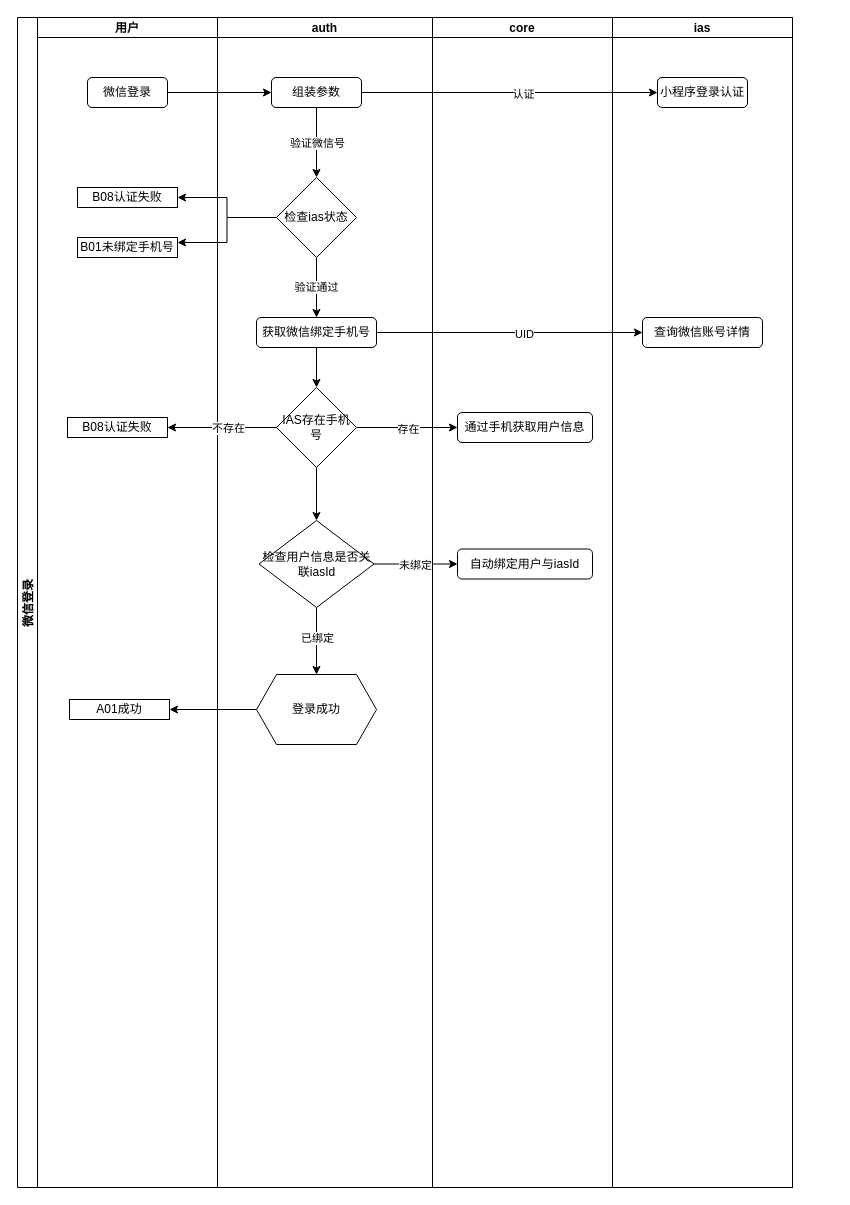
This is page "微信登录流程" (3 of 4) of 智学365登录流程图.drawio from rainerpiao/cloud-computing, a draw.io file, before an edit. Source tidied: cells renumbered, new cells numbered last; positions are measured from the earlier drawing's top-left corner, leaving out a move shared by most shapes. Both pictures are drawn from the tidied source at 100%, with x=0, y=0 at pixel (17, 17).
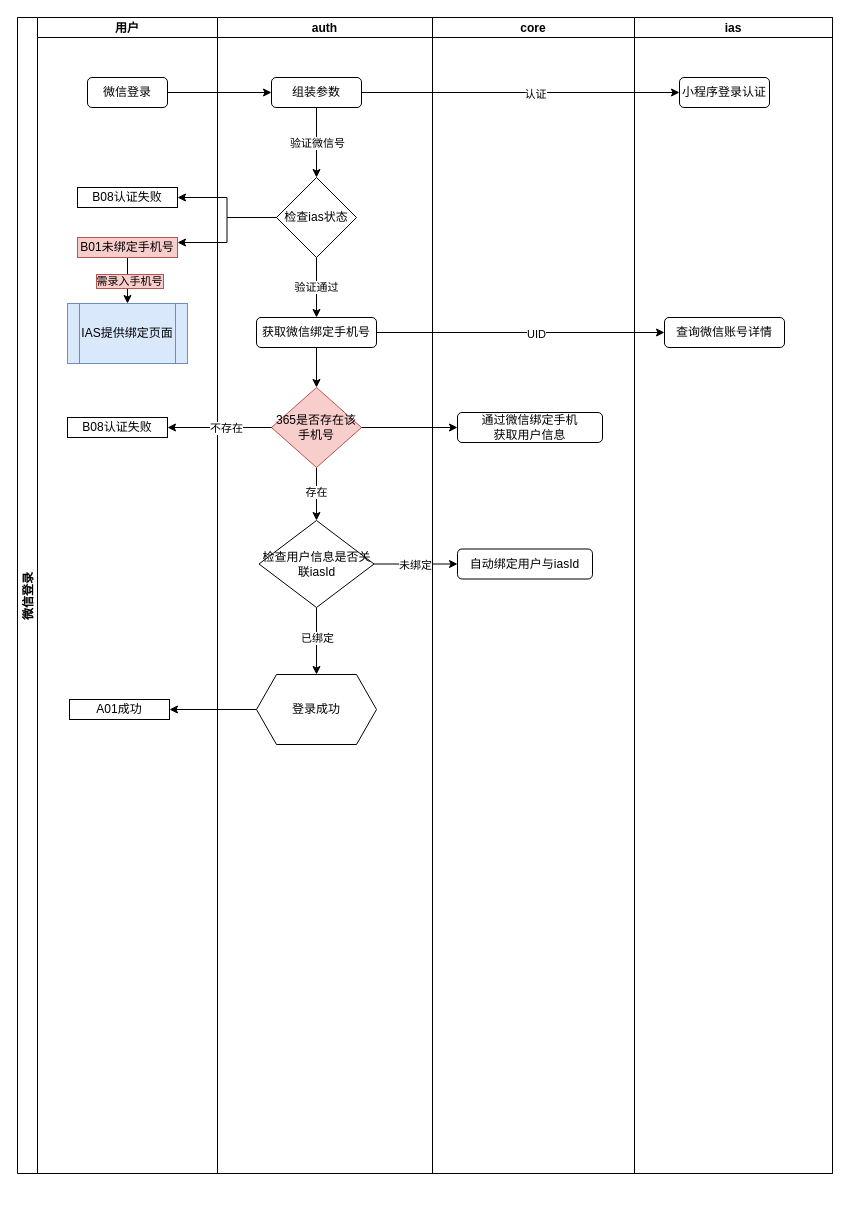
The same diagram, later.

The change refers to these unchanged cells:
```xml
<mxCell id="23" style="edgeStyle=orthogonalEdgeStyle;rounded=0;jettySize=auto;html=1;" parent="11" edge="1" source="24" target="17">
  <mxGeometry relative="1" as="geometry" />
</mxCell>
<mxCell id="34" style="edgeStyle=orthogonalEdgeStyle;rounded=0;jettySize=auto;html=1;exitX=1;exitY=0.5;exitDx=0;exitDy=0;" parent="2" edge="1" source="24" target="26">
  <mxGeometry relative="1" as="geometry" />
</mxCell>
```

What changed in the source:
```diff
@@
     <mxCell id="2" value="微信登录" style="swimlane;startSize=20;horizontal=0;fixedHeader=0;" parent="1" vertex="1">
-      <mxGeometry width="775" height="1170" as="geometry" />
+      <mxGeometry width="815" height="1156" as="geometry" />
     </mxCell>
     <mxCell id="3" value="用户" style="swimlane;startSize=20;strokeColor=default;align=center;verticalAlign=middle;fontFamily=Helvetica;fontSize=12;fontColor=default;fontStyle=1;fillColor=default;" parent="2" vertex="1">
-      <mxGeometry x="20" width="180" height="1170" as="geometry" />
+      <mxGeometry x="20" width="180" height="1156" as="geometry" />
     </mxCell>
@@
+    <mxCell id="43" style="edgeStyle=orthogonalEdgeStyle;rounded=0;jettySize=auto;html=1;" parent="3" edge="1" source="7" target="45">
+      <mxGeometry relative="1" as="geometry" />
+    </mxCell>
+    <mxCell id="44" value="需录入手机号" style="edgeLabel;html=1;align=center;verticalAlign=middle;labelBackgroundColor=#f8cecc;labelBorderColor=#b85450;" parent="43" vertex="1">
+      <mxGeometry y="1" relative="1" as="geometry" />
+    </mxCell>
-    <mxCell id="7" value="B01未绑定手机号" style="rounded=0;whiteSpace=wrap;html=1;" parent="3" vertex="1">
+    <mxCell id="7" value="B01未绑定手机号" style="rounded=0;whiteSpace=wrap;html=1;fillColor=#f8cecc;strokeColor=#b85450;" parent="3" vertex="1">
       <mxGeometry x="40" y="220" width="100" height="20" as="geometry" />
     </mxCell>
@@
+    <mxCell id="45" value="IAS提供绑定页面" style="shape=process;whiteSpace=wrap;html=1;backgroundOutline=1;fillColor=#dae8fc;strokeColor=#6c8ebf;" parent="3" vertex="1">
+      <mxGeometry x="30" y="286" width="120" height="60" as="geometry" />
+    </mxCell>
@@
     <mxCell id="11" value="auth" style="swimlane;startSize=20;" parent="2" vertex="1">
-      <mxGeometry x="200" width="215" height="1170" as="geometry" />
+      <mxGeometry x="200" width="215" height="1156" as="geometry" />
     </mxCell>
@@
+    <mxCell id="35" value="存在" style="edgeLabel;html=1;align=center;verticalAlign=middle;" parent="23" vertex="1">
+      <mxGeometry x="-0.09" y="-1" relative="1" as="geometry" />
+    </mxCell>
-    <mxCell id="24" value="IAS存在手机号" style="rhombus;whiteSpace=wrap;html=1;shapeInside=1;" parent="11" vertex="1">
-      <mxGeometry x="59" y="370" width="80" height="80" as="geometry" />
+    <mxCell id="24" value="365是否存在该手机号" style="rhombus;whiteSpace=wrap;html=1;shapeInside=1;fillColor=#f8cecc;strokeColor=#b85450;" parent="11" vertex="1">
+      <mxGeometry x="54" y="370" width="90" height="80" as="geometry" />
     </mxCell>
     <mxCell id="25" value="core" style="swimlane;startSize=20;" parent="2" vertex="1">
-      <mxGeometry x="415" width="180" height="1170" as="geometry" />
+      <mxGeometry x="415" width="202" height="1156" as="geometry" />
     </mxCell>
-    <mxCell id="26" value="通过手机获取用户信息" style="rounded=1;whiteSpace=wrap;html=1;" parent="25" vertex="1">
-      <mxGeometry x="25" y="395" width="135" height="30" as="geometry" />
+    <mxCell id="26" value="通过微信绑定手机&lt;div&gt;获取用户信息&lt;/div&gt;" style="rounded=1;whiteSpace=wrap;html=1;" parent="25" vertex="1">
+      <mxGeometry x="25" y="395" width="145" height="30" as="geometry" />
     </mxCell>
@@
-    <mxCell id="35" value="存在" style="edgeLabel;html=1;align=center;verticalAlign=middle;" parent="34" vertex="1">
-      <mxGeometry y="-1" relative="1" as="geometry" />
-    </mxCell>
-    <mxCell id="36" value="ias" style="swimlane;startSize=20;" parent="2" vertex="1">
-      <mxGeometry x="595" width="180" height="1170" as="geometry" />
+    <mxCell id="36" value="ias" style="swimlane;startSize=20;swimlaneLine=1;" parent="2" vertex="1">
+      <mxGeometry x="617" width="198" height="1156" as="geometry" />
     </mxCell>
```
